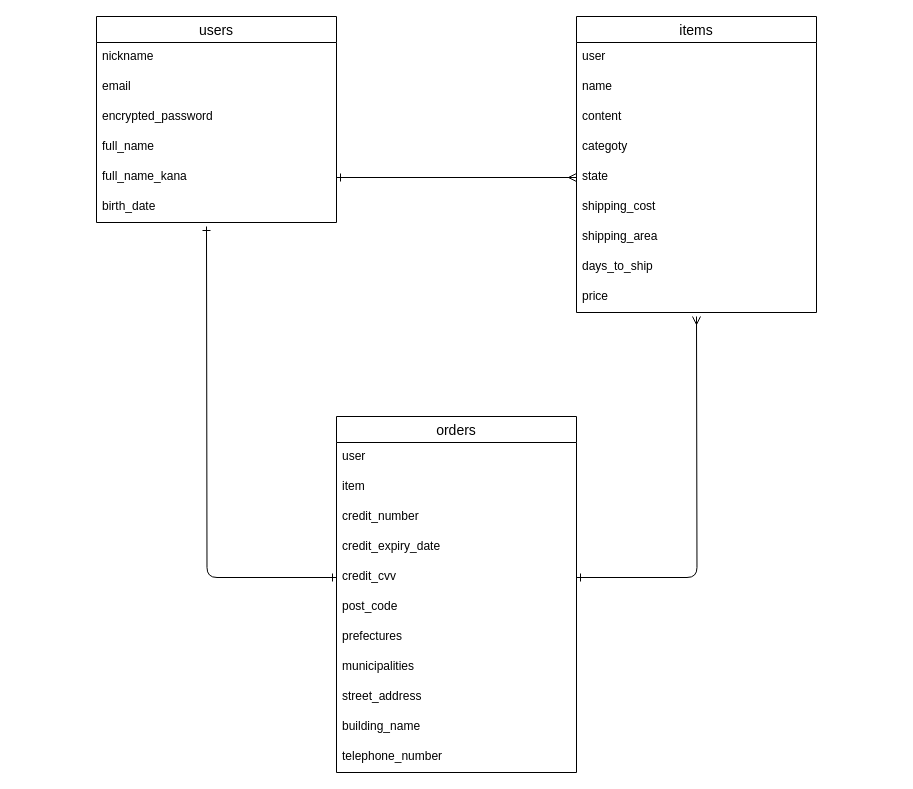
The draw.io diagram config/furima.dio in hirosetino/furima-39828, before the edit. Source tidied: cells renumbered, new cells numbered last; positions are measured from the earlier drawing's top-left corner, leaving out a move shared by most shapes. Both pictures are drawn from the tidied source at 100%, with x=0, y=0 at pixel (96, 16).
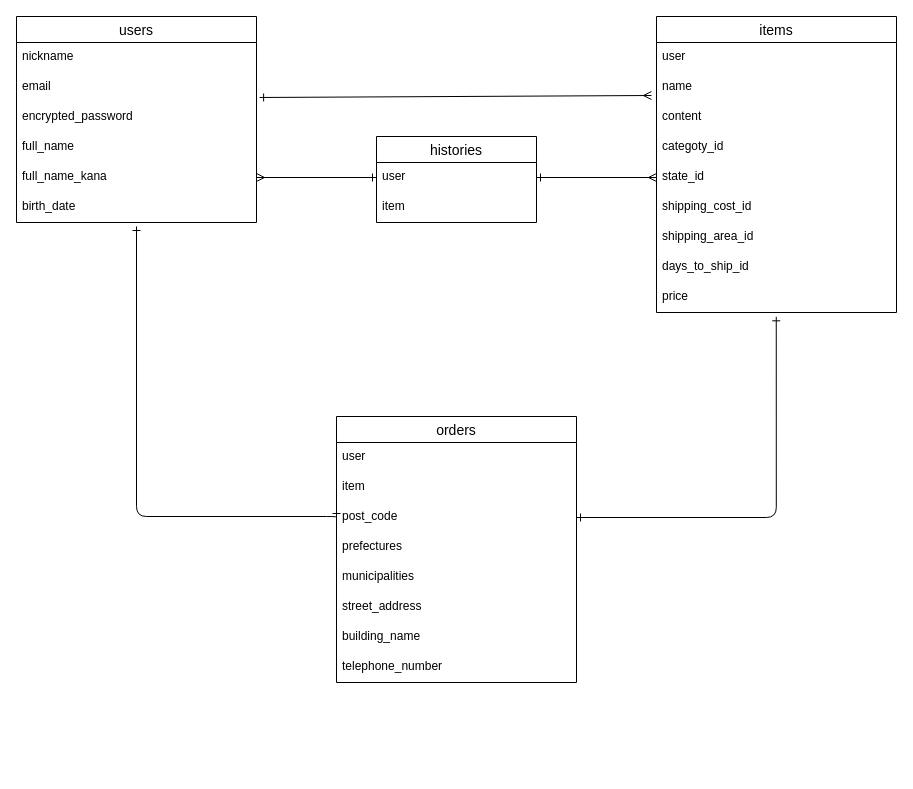
Above is the later version.

Commit message (it also covers changes not shown here):
データベース設計修正２

Unchanged cells that the change refers to:
```xml
<mxCell id="4" value="email" style="text;strokeColor=none;fillColor=none;spacingLeft=4;spacingRight=4;overflow=hidden;points=[[0,0.5],[1,0.5]];portConstraint=eastwest;fontSize=12;" parent="2" vertex="1">
  <mxGeometry y="56" width="240" height="30" as="geometry" />
</mxCell>
<mxCell id="7" value="full_name_kana" style="text;strokeColor=none;fillColor=none;spacingLeft=4;spacingRight=4;overflow=hidden;points=[[0,0.5],[1,0.5]];portConstraint=eastwest;fontSize=12;" parent="2" vertex="1">
  <mxGeometry y="146" width="240" height="30" as="geometry" />
</mxCell>
<mxCell id="11" value="name" style="text;strokeColor=none;fillColor=none;spacingLeft=4;spacingRight=4;overflow=hidden;points=[[0,0.5],[1,0.5]];portConstraint=eastwest;fontSize=12;" parent="9" vertex="1">
  <mxGeometry y="56" width="240" height="30" as="geometry" />
</mxCell>
<mxCell id="18" value="price" style="text;strokeColor=none;fillColor=none;spacingLeft=4;spacingRight=4;overflow=hidden;points=[[0,0.5],[1,0.5]];portConstraint=eastwest;fontSize=12;" parent="9" vertex="1">
  <mxGeometry y="266" width="240" height="30" as="geometry" />
</mxCell>
```

What changed in the source:
```diff
@@
     <mxCell id="2" value="users" style="swimlane;fontStyle=0;horizontal=1;startSize=26;align=center;fontSize=14;" parent="1" vertex="1">
-      <mxGeometry width="240" height="206" as="geometry" />
+      <mxGeometry x="-80" width="240" height="206" as="geometry" />
     </mxCell>
@@
     <mxCell id="9" value="items" style="swimlane;fontStyle=0;horizontal=1;startSize=26;align=center;fontSize=14;" parent="1" vertex="1">
-      <mxGeometry x="480" width="240" height="296" as="geometry" />
+      <mxGeometry x="560" width="240" height="296" as="geometry" />
     </mxCell>
@@
-    <mxCell id="13" value="categoty" style="text;strokeColor=none;fillColor=none;spacingLeft=4;spacingRight=4;overflow=hidden;fontSize=12;" parent="9" vertex="1">
+    <mxCell id="13" value="categoty_id" style="text;strokeColor=none;fillColor=none;spacingLeft=4;spacingRight=4;overflow=hidden;fontSize=12;" parent="9" vertex="1">
       <mxGeometry y="116" width="240" height="30" as="geometry" />
     </mxCell>
-    <mxCell id="14" value="state" style="text;strokeColor=none;fillColor=none;spacingLeft=4;spacingRight=4;overflow=hidden;points=[[0,0.5],[1,0.5]];portConstraint=eastwest;fontSize=12;" parent="9" vertex="1">
+    <mxCell id="14" value="state_id" style="text;strokeColor=none;fillColor=none;spacingLeft=4;spacingRight=4;overflow=hidden;points=[[0,0.5],[1,0.5]];portConstraint=eastwest;fontSize=12;" parent="9" vertex="1">
       <mxGeometry y="146" width="240" height="30" as="geometry" />
     </mxCell>
-    <mxCell id="15" value="shipping_cost" style="text;strokeColor=none;fillColor=none;spacingLeft=4;spacingRight=4;overflow=hidden;fontSize=12;" parent="9" vertex="1">
+    <mxCell id="15" value="shipping_cost_id" style="text;strokeColor=none;fillColor=none;spacingLeft=4;spacingRight=4;overflow=hidden;fontSize=12;" parent="9" vertex="1">
       <mxGeometry y="176" width="240" height="30" as="geometry" />
     </mxCell>
-    <mxCell id="16" value="shipping_area" style="text;strokeColor=none;fillColor=none;spacingLeft=4;spacingRight=4;overflow=hidden;fontSize=12;" parent="9" vertex="1">
+    <mxCell id="16" value="shipping_area_id" style="text;strokeColor=none;fillColor=none;spacingLeft=4;spacingRight=4;overflow=hidden;fontSize=12;" parent="9" vertex="1">
       <mxGeometry y="206" width="240" height="30" as="geometry" />
     </mxCell>
-    <mxCell id="17" value="days_to_ship" style="text;strokeColor=none;fillColor=none;spacingLeft=4;spacingRight=4;overflow=hidden;fontSize=12;" parent="9" vertex="1">
+    <mxCell id="17" value="days_to_ship_id" style="text;strokeColor=none;fillColor=none;spacingLeft=4;spacingRight=4;overflow=hidden;fontSize=12;" parent="9" vertex="1">
       <mxGeometry y="236" width="240" height="30" as="geometry" />
     </mxCell>
@@
     <mxCell id="19" value="orders" style="swimlane;fontStyle=0;horizontal=1;startSize=26;align=center;fontSize=14;" parent="1" vertex="1">
-      <mxGeometry x="240" y="400" width="240" height="356" as="geometry" />
+      <mxGeometry x="240" y="400" width="240" height="266" as="geometry" />
     </mxCell>
@@
-    <mxCell id="22" value="credit_number" style="text;strokeColor=none;fillColor=none;spacingLeft=4;spacingRight=4;overflow=hidden;fontSize=12;" parent="19" vertex="1">
-      <mxGeometry y="86" width="240" height="30" as="geometry" />
-    </mxCell>
-    <mxCell id="23" value="credit_expiry_date" style="text;strokeColor=none;fillColor=none;spacingLeft=4;spacingRight=4;overflow=hidden;fontSize=12;" parent="19" vertex="1">
-      <mxGeometry y="116" width="240" height="30" as="geometry" />
-    </mxCell>
-    <mxCell id="24" value="credit_cvv" style="text;strokeColor=none;fillColor=none;spacingLeft=4;spacingRight=4;overflow=hidden;points=[[0,0.5],[1,0.5]];portConstraint=eastwest;fontSize=12;" parent="19" vertex="1">
-      <mxGeometry y="146" width="240" height="30" as="geometry" />
-    </mxCell>
     <mxCell id="25" value="post_code" style="text;strokeColor=none;fillColor=none;spacingLeft=4;spacingRight=4;overflow=hidden;fontSize=12;" parent="19" vertex="1">
-      <mxGeometry y="176" width="240" height="30" as="geometry" />
+      <mxGeometry y="86" width="240" height="30" as="geometry" />
     </mxCell>
     <mxCell id="26" value="prefectures" style="text;strokeColor=none;fillColor=none;spacingLeft=4;spacingRight=4;overflow=hidden;fontSize=12;" parent="19" vertex="1">
-      <mxGeometry y="206" width="240" height="30" as="geometry" />
+      <mxGeometry y="116" width="240" height="30" as="geometry" />
     </mxCell>
     <mxCell id="27" value="municipalities" style="text;strokeColor=none;fillColor=none;spacingLeft=4;spacingRight=4;overflow=hidden;fontSize=12;" parent="19" vertex="1">
-      <mxGeometry y="236" width="240" height="30" as="geometry" />
+      <mxGeometry y="146" width="240" height="30" as="geometry" />
     </mxCell>
     <mxCell id="28" value="street_address" style="text;strokeColor=none;fillColor=none;spacingLeft=4;spacingRight=4;overflow=hidden;fontSize=12;" parent="19" vertex="1">
-      <mxGeometry y="266" width="240" height="30" as="geometry" />
+      <mxGeometry y="176" width="240" height="30" as="geometry" />
     </mxCell>
     <mxCell id="29" value="building_name" style="text;strokeColor=none;fillColor=none;spacingLeft=4;spacingRight=4;overflow=hidden;fontSize=12;" parent="19" vertex="1">
-      <mxGeometry y="296" width="240" height="30" as="geometry" />
+      <mxGeometry y="206" width="240" height="30" as="geometry" />
     </mxCell>
     <mxCell id="30" value="telephone_number" style="text;strokeColor=none;fillColor=none;spacingLeft=4;spacingRight=4;overflow=hidden;fontSize=12;" parent="19" vertex="1">
-      <mxGeometry y="326" width="240" height="30" as="geometry" />
+      <mxGeometry y="236" width="240" height="30" as="geometry" />
     </mxCell>
-    <mxCell id="31" style="edgeStyle=none;html=1;entryX=0;entryY=0.5;entryDx=0;entryDy=0;endArrow=ERmany;endFill=0;startArrow=ERone;startFill=0;" parent="1" edge="1" target="14">
-      <mxGeometry relative="1" as="geometry">
-        <mxPoint x="240" y="161" as="sourcePoint" />
-      </mxGeometry>
+    <mxCell id="31" style="edgeStyle=none;html=1;entryX=-0.021;entryY=0.767;entryDx=0;entryDy=0;endArrow=ERmany;endFill=0;startArrow=ERone;startFill=0;entryPerimeter=0;exitX=1.013;exitY=0.833;exitDx=0;exitDy=0;exitPerimeter=0;" parent="1" edge="1" source="4" target="11">
+      <mxGeometry relative="1" as="geometry" />
     </mxCell>
-    <mxCell id="32" style="edgeStyle=orthogonalEdgeStyle;html=1;exitX=0;exitY=0.5;exitDx=0;exitDy=0;startArrow=ERone;startFill=0;endArrow=ERone;endFill=0;" parent="1" edge="1" source="24">
+    <mxCell id="32" style="edgeStyle=orthogonalEdgeStyle;html=1;exitX=0;exitY=0.5;exitDx=0;exitDy=0;startArrow=ERone;startFill=0;endArrow=ERone;endFill=0;" parent="1" edge="1">
       <mxGeometry relative="1" as="geometry">
-        <mxPoint x="110" y="210" as="targetPoint" />
+        <mxPoint x="240" y="501" as="sourcePoint" />
+        <mxPoint x="40" y="210" as="targetPoint" />
+        <Array as="points">
+          <mxPoint x="40" y="500" />
+        </Array>
       </mxGeometry>
     </mxCell>
-    <mxCell id="33" style="edgeStyle=orthogonalEdgeStyle;html=1;exitX=1;exitY=0.5;exitDx=0;exitDy=0;startArrow=ERone;startFill=0;endArrow=ERmany;endFill=0;" parent="1" edge="1" source="24">
+    <mxCell id="33" style="edgeStyle=orthogonalEdgeStyle;html=1;exitX=1;exitY=0.5;exitDx=0;exitDy=0;startArrow=ERone;startFill=0;endArrow=ERone;endFill=0;entryX=0.499;entryY=1.144;entryDx=0;entryDy=0;entryPerimeter=0;" parent="1" edge="1" target="18">
       <mxGeometry relative="1" as="geometry">
-        <mxPoint x="600" y="300" as="targetPoint" />
+        <mxPoint x="480" y="501" as="sourcePoint" />
+        <Array as="points">
+          <mxPoint x="680" y="501" />
+        </Array>
       </mxGeometry>
     </mxCell>
+    <mxCell id="34" value="histories" style="swimlane;fontStyle=0;horizontal=1;startSize=26;align=center;fontSize=14;" parent="1" vertex="1">
+      <mxGeometry x="280" y="120" width="160" height="86" as="geometry" />
+    </mxCell>
+    <mxCell id="35" value="user" style="text;strokeColor=none;fillColor=none;spacingLeft=4;spacingRight=4;overflow=hidden;points=[[0,0.5],[1,0.5]];portConstraint=eastwest;fontSize=12;" parent="34" vertex="1">
+      <mxGeometry y="26" width="160" height="30" as="geometry" />
+    </mxCell>
+    <mxCell id="36" value="item" style="text;strokeColor=none;fillColor=none;spacingLeft=4;spacingRight=4;overflow=hidden;fontSize=12;" parent="34" vertex="1">
+      <mxGeometry y="56" width="160" height="30" as="geometry" />
+    </mxCell>
+    <mxCell id="37" style="edgeStyle=none;html=1;exitX=1;exitY=0.5;exitDx=0;exitDy=0;entryX=0;entryY=0.5;entryDx=0;entryDy=0;endArrow=ERone;endFill=0;startArrow=ERmany;startFill=0;" parent="1" edge="1" source="7" target="35">
+      <mxGeometry relative="1" as="geometry" />
+    </mxCell>
+    <mxCell id="38" style="edgeStyle=none;html=1;exitX=1;exitY=0.5;exitDx=0;exitDy=0;entryX=0;entryY=0.5;entryDx=0;entryDy=0;startArrow=ERone;startFill=0;endArrow=ERmany;endFill=0;" parent="1" edge="1" source="35" target="14">
+      <mxGeometry relative="1" as="geometry" />
+    </mxCell>
```
